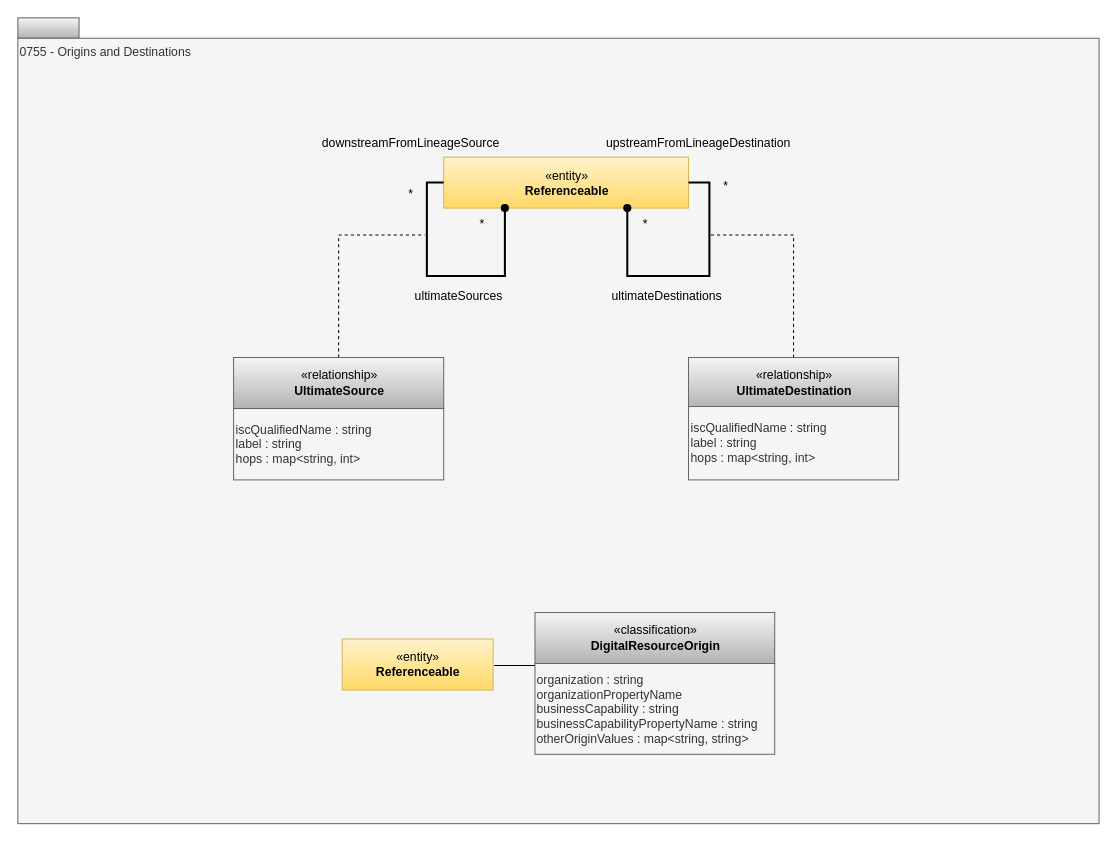
Before: page "0755-Ultimate-Source-Destination" (13 of 18) of site/docs/types/7/area-7-lineage.drawio in odpi/egeria-docs, a draw.io diagram. Source tidied: cells renumbered, new cells numbered last; positions are measured from the earlier drawing's top-left corner, leaving out a move shared by most shapes. Both pictures are drawn from the tidied source at 102%, with x=0, y=0 at pixel (17, 17).
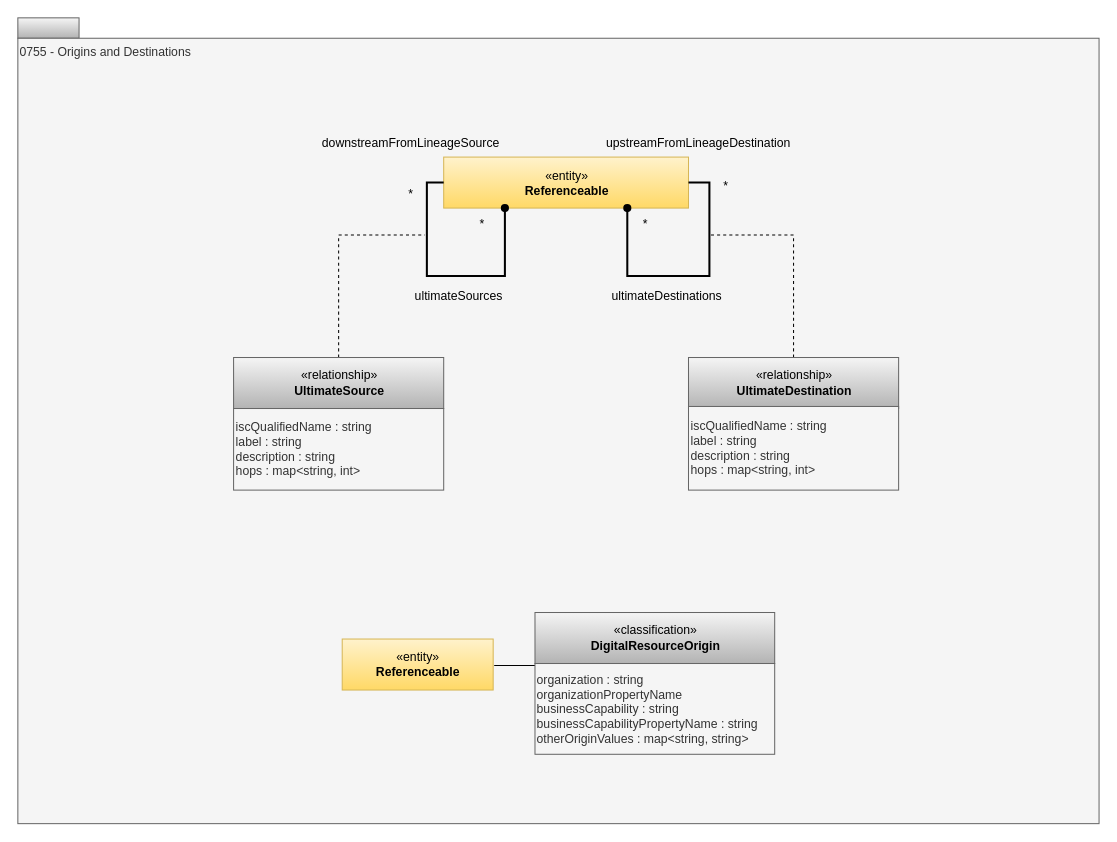
The same diagram, later.

The edit, as a diff of the source:
```diff
@@
-    <mxCell id="6" value="iscQualifiedName : string&lt;div&gt;label : string&lt;br&gt;hops : map&amp;lt;string, int&amp;gt;&lt;/div&gt;" style="rounded=0;whiteSpace=wrap;html=1;strokeColor=#666666;align=left;fillColor=#f5f5f5;fontColor=#333333;" parent="1" vertex="1">
-      <mxGeometry x="211.5" y="383" width="206" height="70" as="geometry" />
+    <mxCell id="6" value="iscQualifiedName : string&lt;div&gt;label : string&lt;/div&gt;&lt;div&gt;description : string&lt;br&gt;hops : map&amp;lt;string, int&amp;gt;&lt;/div&gt;" style="rounded=0;whiteSpace=wrap;html=1;strokeColor=#666666;align=left;fillColor=#f5f5f5;fontColor=#333333;" parent="1" vertex="1">
+      <mxGeometry x="211.5" y="383" width="206" height="80" as="geometry" />
     </mxCell>
@@
-    <mxCell id="14" value="iscQualifiedName : string&lt;br&gt;label : string&lt;br&gt;hops : map&amp;lt;string, int&amp;gt;" style="rounded=0;whiteSpace=wrap;html=1;strokeColor=#666666;align=left;fillColor=#f5f5f5;fontColor=#333333;" parent="1" vertex="1">
-      <mxGeometry x="657.5" y="381" width="206" height="72" as="geometry" />
+    <mxCell id="14" value="iscQualifiedName : string&lt;br&gt;label : string&lt;div&gt;description : string&lt;br&gt;hops : map&amp;lt;string, int&amp;gt;&lt;/div&gt;" style="rounded=0;whiteSpace=wrap;html=1;strokeColor=#666666;align=left;fillColor=#f5f5f5;fontColor=#333333;" parent="1" vertex="1">
+      <mxGeometry x="657.5" y="381" width="206" height="82" as="geometry" />
     </mxCell>
```
